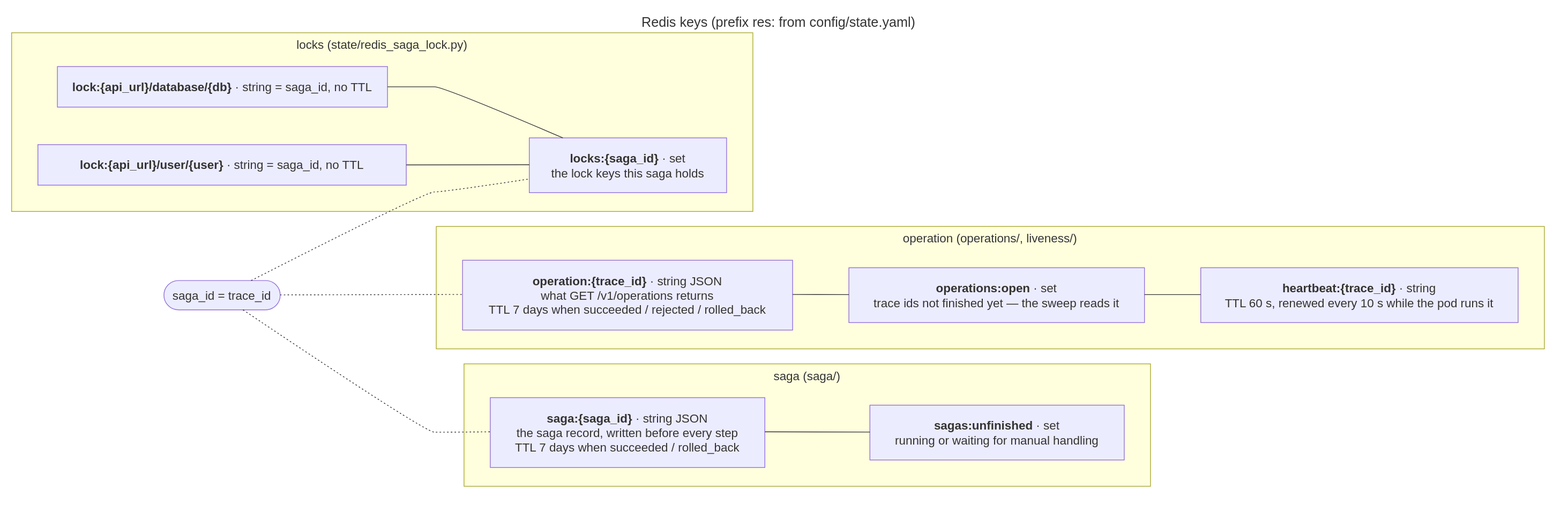
This is docs/diagrams/18-redis-keys.drawio.svg from EliShteinman/redis-enterprise-services, a draw.io export, as it was before one commit. Source tidied: cells renumbered, new cells last; positions are measured from the earlier drawing's top-left corner, leaving out a move shared by most shapes.
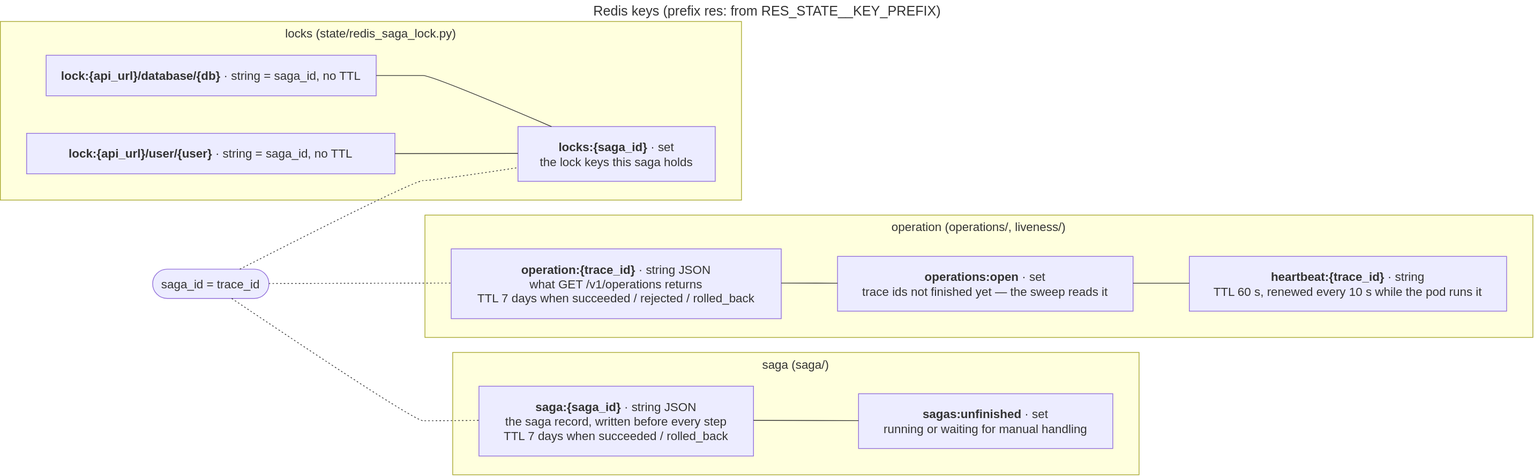
After the change.

What changed in the source:
```diff
@@ -77,7 +77,7 @@
         </Array>
       </mxGeometry>
     </mxCell>
-    <mxCell id="22" value="Redis keys (prefix res: from config/state.yaml)" style="text;strokeColor=none;fillColor=none;align=center;verticalAlign=middle;fontSize=18;fontColor=light-dark(#333333,#cccccc);fontFamily=trebuchet ms,verdana,arial,sans-serif;" parent="1" vertex="1">
+    <mxCell id="22" value="Redis keys (prefix res: from RES_STATE__KEY_PREFIX)" style="text;strokeColor=none;fillColor=none;align=center;verticalAlign=middle;fontSize=18;fontColor=light-dark(#333333,#cccccc);fontFamily=trebuchet ms,verdana,arial,sans-serif;" parent="1" vertex="1">
       <mxGeometry x="2" width="2041" height="25" as="geometry" />
     </mxCell>
   </root>
```
